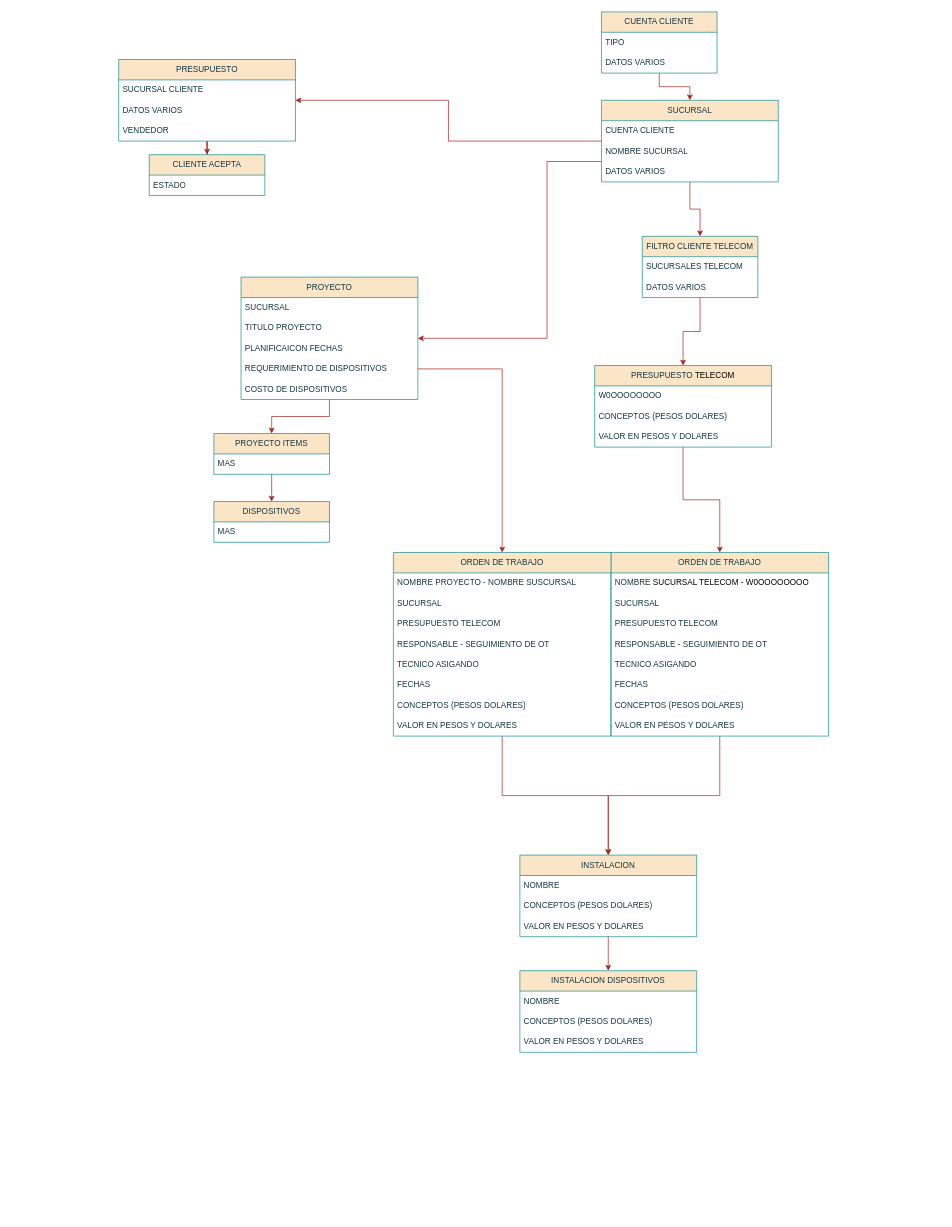
escobardie/PROJECT_DATA_BASE keeps this draw.io diagram as registro_clientes_star/Diagrama.drawio. Above is the earlier version. Source tidied: cells renumbered, new cells numbered last; positions are measured from the earlier drawing's top-left corner, leaving out a move shared by most shapes. Both pictures are drawn from the tidied source at 68%, with x=0, y=0 at pixel (118, 12).
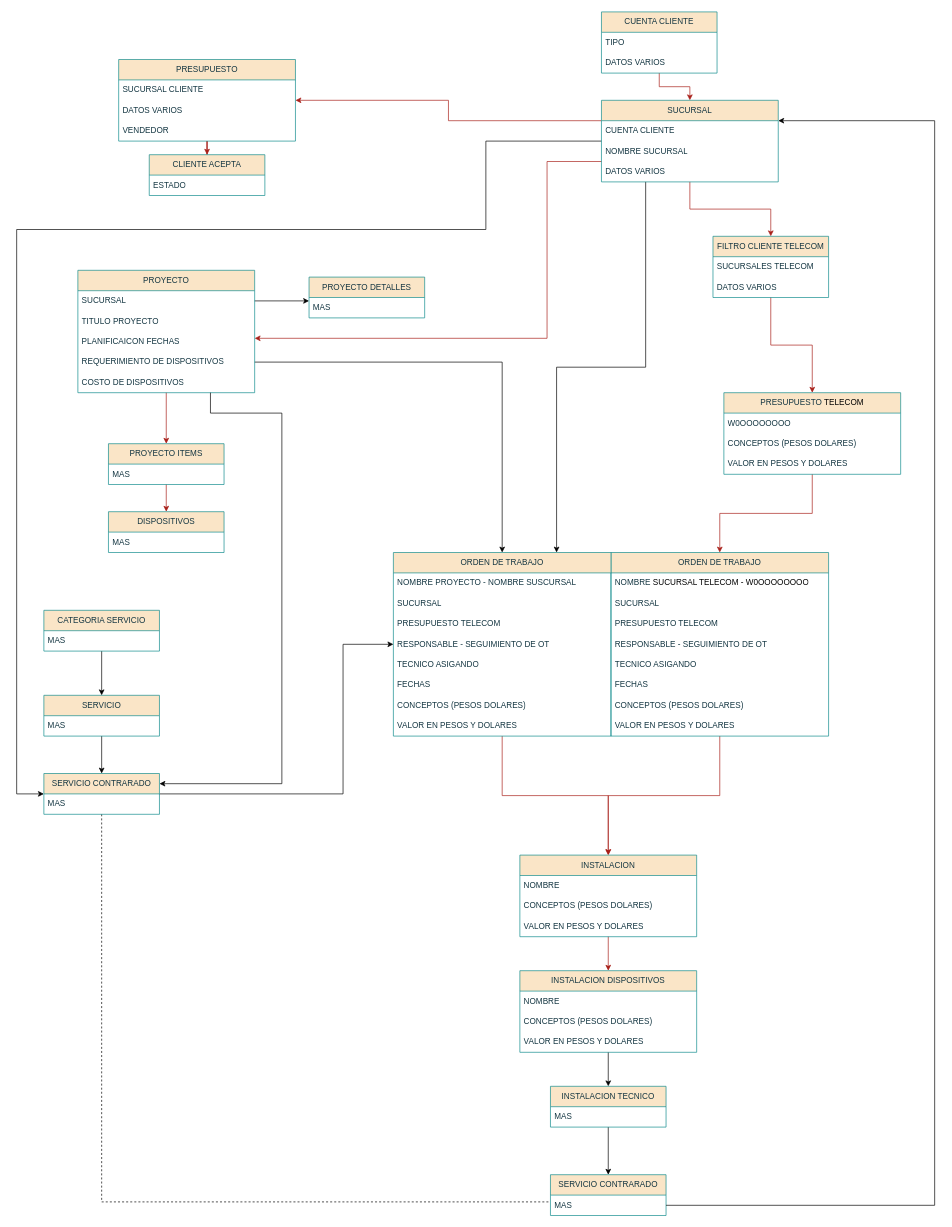
The same page after the edit.

The change refers to these unchanged cells:
```xml
<mxCell id="24" value="SUCURSAL" style="swimlane;fontStyle=0;horizontal=1;startSize=30;whiteSpace=wrap;html=1;labelBackgroundColor=none;fillColor=#FAE5C7;strokeColor=#0F8B8D;fontColor=#143642;" parent="1" vertex="1">
  <mxGeometry x="710" y="130" width="260" height="120" as="geometry" />
</mxCell>
<mxCell id="40" value="PRESUPUESTO" style="swimlane;fontStyle=0;horizontal=1;startSize=30;whiteSpace=wrap;html=1;labelBackgroundColor=none;fillColor=#FAE5C7;strokeColor=#0F8B8D;fontColor=#143642;" parent="1" vertex="1">
  <mxGeometry y="70" width="260" height="120" as="geometry" />
</mxCell>
<mxCell id="50" value="ORDEN DE TRABAJO" style="swimlane;fontStyle=0;horizontal=1;startSize=30;whiteSpace=wrap;html=1;labelBackgroundColor=none;fillColor=#FAE5C7;strokeColor=#0F8B8D;fontColor=#143642;" parent="1" vertex="1">
  <mxGeometry x="404" y="795" width="320" height="270" as="geometry" />
</mxCell>
<mxCell id="61" value="INSTALACION DISPOSITIVOS" style="swimlane;fontStyle=0;horizontal=1;startSize=30;whiteSpace=wrap;html=1;labelBackgroundColor=none;fillColor=#FAE5C7;strokeColor=#0F8B8D;fontColor=#143642;" parent="1" vertex="1">
  <mxGeometry x="590" y="1410" width="260" height="120" as="geometry" />
</mxCell>
```

What changed in the source:
```diff
@@
     <mxCell id="3" value="PRESUPUESTO&amp;nbsp;&lt;span style=&quot;background-color: transparent; color: light-dark(rgb(0, 0, 0), rgb(255, 255, 255));&quot;&gt;TELECOM&lt;/span&gt;" style="swimlane;fontStyle=0;horizontal=1;startSize=30;whiteSpace=wrap;html=1;labelBackgroundColor=none;fillColor=#FAE5C7;strokeColor=#0F8B8D;fontColor=#143642;" parent="1" vertex="1">
-      <mxGeometry x="700" y="520" width="260" height="120" as="geometry" />
+      <mxGeometry x="890" y="560" width="260" height="120" as="geometry" />
     </mxCell>
@@
-    <mxCell id="22" style="edgeStyle=orthogonalEdgeStyle;rounded=0;jettySize=auto;html=1;labelBackgroundColor=none;strokeColor=#A8201A;fontColor=default;" parent="1" edge="1" source="24" target="40">
+    <mxCell id="22" style="edgeStyle=orthogonalEdgeStyle;rounded=0;jettySize=auto;html=1;labelBackgroundColor=none;strokeColor=#A8201A;fontColor=default;exitX=0;exitY=0.25;exitDx=0;exitDy=0;" parent="1" edge="1" source="24" target="40">
       <mxGeometry relative="1" as="geometry" />
     </mxCell>
@@
+    <mxCell id="71" style="edgeStyle=orthogonalEdgeStyle;rounded=0;jettySize=auto;html=1;exitX=0;exitY=0.5;exitDx=0;exitDy=0;" parent="1" edge="1" source="24" target="83">
+      <mxGeometry relative="1" as="geometry">
+        <Array as="points">
+          <mxPoint x="540" y="190" />
+          <mxPoint x="540" y="320" />
+          <mxPoint x="-150" y="320" />
+          <mxPoint x="-150" y="1150" />
+        </Array>
+      </mxGeometry>
+    </mxCell>
+    <mxCell id="72" style="edgeStyle=orthogonalEdgeStyle;rounded=0;jettySize=auto;html=1;exitX=0.25;exitY=1;exitDx=0;exitDy=0;entryX=0.75;entryY=0;entryDx=0;entryDy=0;" parent="1" edge="1" source="24" target="50">
+      <mxGeometry relative="1" as="geometry" />
+    </mxCell>
@@
+    <mxCell id="65" style="edgeStyle=orthogonalEdgeStyle;rounded=0;jettySize=auto;html=1;exitX=1;exitY=0.75;exitDx=0;exitDy=0;" parent="1" edge="1" source="29" target="50">
+      <mxGeometry relative="1" as="geometry" />
+    </mxCell>
+    <mxCell id="73" style="edgeStyle=orthogonalEdgeStyle;rounded=0;jettySize=auto;html=1;exitX=1;exitY=0.25;exitDx=0;exitDy=0;" parent="1" edge="1" source="29" target="76">
+      <mxGeometry relative="1" as="geometry">
+        <Array as="points">
+          <mxPoint x="320" y="425" />
+          <mxPoint x="320" y="425" />
+        </Array>
+      </mxGeometry>
+    </mxCell>
     <mxCell id="29" value="PROYECTO" style="swimlane;fontStyle=0;horizontal=1;startSize=30;whiteSpace=wrap;html=1;labelBackgroundColor=none;fillColor=#FAE5C7;strokeColor=#0F8B8D;fontColor=#143642;" parent="1" vertex="1">
-      <mxGeometry x="180" y="390" width="260" height="180" as="geometry" />
+      <mxGeometry x="-60" y="380" width="260" height="180" as="geometry" />
     </mxCell>
@@
     <mxCell id="36" value="FILTRO CLIENTE TELECOM" style="swimlane;fontStyle=0;horizontal=1;startSize=30;whiteSpace=wrap;html=1;labelBackgroundColor=none;fillColor=#FAE5C7;strokeColor=#0F8B8D;fontColor=#143642;" parent="1" vertex="1">
-      <mxGeometry x="770" y="330" width="170" height="90" as="geometry" />
+      <mxGeometry x="874" y="330" width="170" height="90" as="geometry" />
     </mxCell>
@@
+    <mxCell id="74" style="edgeStyle=orthogonalEdgeStyle;rounded=0;jettySize=auto;html=1;" parent="1" edge="1" source="61" target="79">
+      <mxGeometry relative="1" as="geometry" />
+    </mxCell>
@@
-    <mxCell id="65" style="edgeStyle=orthogonalEdgeStyle;rounded=0;jettySize=auto;html=1;labelBackgroundColor=none;strokeColor=#A8201A;fontColor=default;exitX=1;exitY=0.75;exitDx=0;exitDy=0;" parent="1" edge="1" source="29" target="50">
-      <mxGeometry relative="1" as="geometry" />
-    </mxCell>
@@
     <mxCell id="67" value="PROYECTO ITEMS" style="swimlane;fontStyle=0;horizontal=1;startSize=30;whiteSpace=wrap;html=1;labelBackgroundColor=none;fillColor=#FAE5C7;strokeColor=#0F8B8D;fontColor=#143642;" parent="1" vertex="1">
-      <mxGeometry x="140" y="620" width="170" height="60" as="geometry" />
+      <mxGeometry x="-15" y="635" width="170" height="60" as="geometry" />
     </mxCell>
@@
     <mxCell id="69" value="DISPOSITIVOS" style="swimlane;fontStyle=0;horizontal=1;startSize=30;whiteSpace=wrap;html=1;labelBackgroundColor=none;fillColor=#FAE5C7;strokeColor=#0F8B8D;fontColor=#143642;" parent="1" vertex="1">
-      <mxGeometry x="140" y="720" width="170" height="60" as="geometry" />
+      <mxGeometry x="-15" y="735" width="170" height="60" as="geometry" />
     </mxCell>
@@
+    <mxCell id="75" style="edgeStyle=orthogonalEdgeStyle;rounded=0;jettySize=auto;html=1;entryX=1;entryY=0.25;entryDx=0;entryDy=0;exitX=0.75;exitY=1;exitDx=0;exitDy=0;" parent="1" edge="1" source="29" target="83">
+      <mxGeometry relative="1" as="geometry">
+        <Array as="points">
+          <mxPoint x="135" y="590" />
+          <mxPoint x="240" y="590" />
+          <mxPoint x="240" y="1135" />
+        </Array>
+      </mxGeometry>
+    </mxCell>
+    <mxCell id="76" value="PROYECTO DETALLES" style="swimlane;fontStyle=0;horizontal=1;startSize=30;whiteSpace=wrap;html=1;labelBackgroundColor=none;fillColor=#FAE5C7;strokeColor=#0F8B8D;fontColor=#143642;" parent="1" vertex="1">
+      <mxGeometry x="280" y="390" width="170" height="60" as="geometry" />
+    </mxCell>
+    <mxCell id="77" value="MAS" style="text;strokeColor=none;fillColor=none;align=left;verticalAlign=middle;spacingLeft=4;spacingRight=4;overflow=hidden;whiteSpace=wrap;html=1;labelBackgroundColor=none;fontColor=#143642;" parent="76" vertex="1">
+      <mxGeometry y="30" width="170" height="30" as="geometry" />
+    </mxCell>
+    <mxCell id="78" style="edgeStyle=orthogonalEdgeStyle;rounded=0;jettySize=auto;html=1;entryX=0.5;entryY=0;entryDx=0;entryDy=0;" parent="1" edge="1" source="79" target="85">
+      <mxGeometry relative="1" as="geometry" />
+    </mxCell>
+    <mxCell id="79" value="INSTALACION TECNICO" style="swimlane;fontStyle=0;horizontal=1;startSize=30;whiteSpace=wrap;html=1;labelBackgroundColor=none;fillColor=#FAE5C7;strokeColor=#0F8B8D;fontColor=#143642;" parent="1" vertex="1">
+      <mxGeometry x="635" y="1580" width="170" height="60" as="geometry" />
+    </mxCell>
+    <mxCell id="80" value="MAS" style="text;strokeColor=none;fillColor=none;align=left;verticalAlign=middle;spacingLeft=4;spacingRight=4;overflow=hidden;whiteSpace=wrap;html=1;labelBackgroundColor=none;fontColor=#143642;" parent="79" vertex="1">
+      <mxGeometry y="30" width="170" height="30" as="geometry" />
+    </mxCell>
+    <mxCell id="81" style="edgeStyle=orthogonalEdgeStyle;rounded=0;jettySize=auto;html=1;entryX=0;entryY=0.5;entryDx=0;entryDy=0;" parent="1" edge="1" source="83" target="50">
+      <mxGeometry relative="1" as="geometry">
+        <Array as="points">
+          <mxPoint x="330" y="1150" />
+          <mxPoint x="330" y="930" />
+        </Array>
+      </mxGeometry>
+    </mxCell>
+    <mxCell id="82" style="edgeStyle=orthogonalEdgeStyle;rounded=0;jettySize=auto;html=1;strokeWidth=1;endArrow=none;endFill=0;startArrow=none;startFill=0;dashed=1;" parent="1" edge="1" source="83" target="85">
+      <mxGeometry relative="1" as="geometry">
+        <Array as="points">
+          <mxPoint x="-25" y="1750" />
+        </Array>
+      </mxGeometry>
+    </mxCell>
+    <mxCell id="83" value="SERVICIO CONTRARADO" style="swimlane;fontStyle=0;horizontal=1;startSize=30;whiteSpace=wrap;html=1;labelBackgroundColor=none;fillColor=#FAE5C7;strokeColor=#0F8B8D;fontColor=#143642;" parent="1" vertex="1">
+      <mxGeometry x="-110" y="1120" width="170" height="60" as="geometry" />
+    </mxCell>
+    <mxCell id="84" value="MAS" style="text;strokeColor=none;fillColor=none;align=left;verticalAlign=middle;spacingLeft=4;spacingRight=4;overflow=hidden;whiteSpace=wrap;html=1;labelBackgroundColor=none;fontColor=#143642;" parent="83" vertex="1">
+      <mxGeometry y="30" width="170" height="30" as="geometry" />
+    </mxCell>
+    <mxCell id="85" value="SERVICIO CONTRARADO" style="swimlane;fontStyle=0;horizontal=1;startSize=30;whiteSpace=wrap;html=1;labelBackgroundColor=none;fillColor=#FAE5C7;strokeColor=#0F8B8D;fontColor=#143642;" parent="1" vertex="1">
+      <mxGeometry x="635" y="1710" width="170" height="60" as="geometry" />
+    </mxCell>
+    <mxCell id="86" value="MAS" style="text;strokeColor=none;fillColor=none;align=left;verticalAlign=middle;spacingLeft=4;spacingRight=4;overflow=hidden;points=[[0,0.5],[1,0.5]];portConstraint=eastwest;whiteSpace=wrap;html=1;labelBackgroundColor=none;fontColor=#143642;" parent="85" vertex="1">
+      <mxGeometry y="30" width="170" height="30" as="geometry" />
+    </mxCell>
+    <mxCell id="87" style="edgeStyle=orthogonalEdgeStyle;rounded=0;jettySize=auto;html=1;" parent="1" edge="1" source="88" target="83">
+      <mxGeometry relative="1" as="geometry" />
+    </mxCell>
+    <mxCell id="88" value="SERVICIO" style="swimlane;fontStyle=0;horizontal=1;startSize=30;whiteSpace=wrap;html=1;labelBackgroundColor=none;fillColor=#FAE5C7;strokeColor=#0F8B8D;fontColor=#143642;" parent="1" vertex="1">
+      <mxGeometry x="-110" y="1005" width="170" height="60" as="geometry" />
+    </mxCell>
+    <mxCell id="89" value="MAS" style="text;strokeColor=none;fillColor=none;align=left;verticalAlign=middle;spacingLeft=4;spacingRight=4;overflow=hidden;whiteSpace=wrap;html=1;labelBackgroundColor=none;fontColor=#143642;" parent="88" vertex="1">
+      <mxGeometry y="30" width="170" height="30" as="geometry" />
+    </mxCell>
+    <mxCell id="90" style="edgeStyle=orthogonalEdgeStyle;rounded=0;jettySize=auto;html=1;entryX=0.5;entryY=0;entryDx=0;entryDy=0;" parent="1" edge="1" source="91" target="88">
+      <mxGeometry relative="1" as="geometry" />
+    </mxCell>
+    <mxCell id="91" value="CATEGORIA SERVICIO" style="swimlane;fontStyle=0;horizontal=1;startSize=30;whiteSpace=wrap;html=1;labelBackgroundColor=none;fillColor=#FAE5C7;strokeColor=#0F8B8D;fontColor=#143642;" parent="1" vertex="1">
+      <mxGeometry x="-110" y="880" width="170" height="60" as="geometry" />
+    </mxCell>
+    <mxCell id="92" value="MAS" style="text;strokeColor=none;fillColor=none;align=left;verticalAlign=middle;spacingLeft=4;spacingRight=4;overflow=hidden;whiteSpace=wrap;html=1;labelBackgroundColor=none;fontColor=#143642;" parent="91" vertex="1">
+      <mxGeometry y="30" width="170" height="30" as="geometry" />
+    </mxCell>
+    <mxCell id="93" style="edgeStyle=orthogonalEdgeStyle;rounded=0;jettySize=auto;html=1;entryX=1;entryY=0.25;entryDx=0;entryDy=0;" parent="1" edge="1" source="86" target="24">
+      <mxGeometry relative="1" as="geometry">
+        <Array as="points">
+          <mxPoint x="1200" y="1755" />
+          <mxPoint x="1200" y="160" />
+        </Array>
+      </mxGeometry>
+    </mxCell>
```
